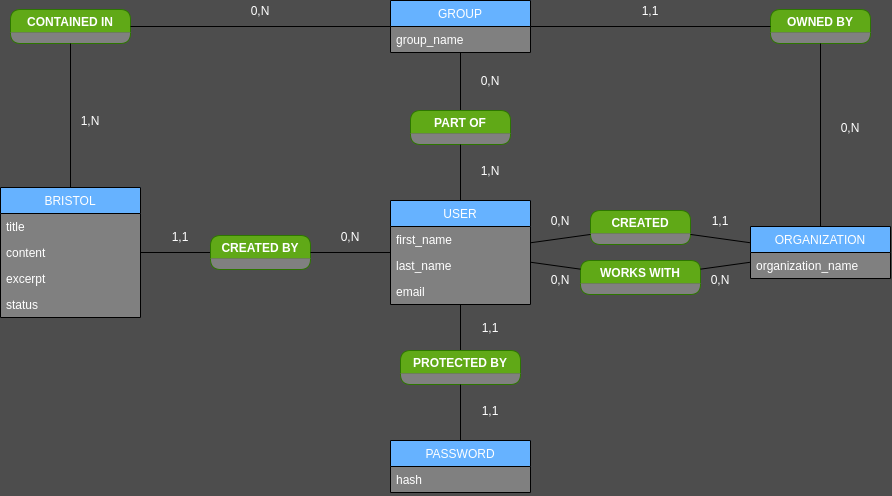
Above: MCD/mcd.png in moymat/bristolbe (draw.io), before the change. Source tidied: cells renumbered, new cells last; positions are measured from the earlier drawing's top-left corner, leaving out a move shared by most shapes.
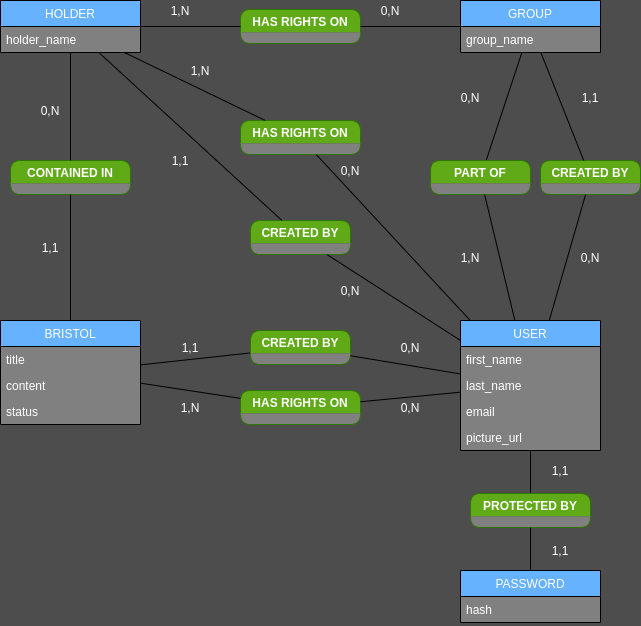
The same file after the commit.

Diff of the diagram source:
```diff
@@ -3,7 +3,7 @@
     <mxCell id="0" />
     <mxCell id="1" parent="0" />
     <mxCell id="2" value="BRISTOL" style="swimlane;fontStyle=0;horizontal=1;startSize=26;fillColor=#66B2FF;swimlaneFillColor=#808080;fontColor=#FFFFFF;" parent="1" vertex="1">
-      <mxGeometry y="187" width="140" height="130" as="geometry" />
+      <mxGeometry y="200" width="140" height="104" as="geometry" />
     </mxCell>
     <mxCell id="3" value="title" style="text;strokeColor=none;fillColor=none;align=left;verticalAlign=top;spacingLeft=4;spacingRight=4;overflow=hidden;fontColor=#FFFFFF;" parent="2" vertex="1">
       <mxGeometry y="26" width="140" height="26" as="geometry" />
@@ -11,20 +11,17 @@
     <mxCell id="4" value="content" style="text;strokeColor=none;fillColor=none;align=left;verticalAlign=top;spacingLeft=4;spacingRight=4;overflow=hidden;fontColor=#FFFFFF;" parent="2" vertex="1">
       <mxGeometry y="52" width="140" height="26" as="geometry" />
     </mxCell>
-    <mxCell id="5" value="excerpt" style="text;strokeColor=none;fillColor=none;align=left;verticalAlign=top;spacingLeft=4;spacingRight=4;overflow=hidden;fontColor=#FFFFFF;" parent="2" vertex="1">
-      <mxGeometry y="78" width="140" height="26" as="geometry" />
-    </mxCell>
     <mxCell id="6" value="status" style="text;strokeColor=none;fillColor=none;align=left;verticalAlign=top;spacingLeft=4;spacingRight=4;overflow=hidden;fontColor=#FFFFFF;" parent="2" vertex="1">
-      <mxGeometry y="104" width="140" height="26" as="geometry" />
+      <mxGeometry y="78" width="140" height="26" as="geometry" />
     </mxCell>
     <mxCell id="7" value="PASSWORD" style="swimlane;fontStyle=0;horizontal=1;startSize=26;fillColor=#66B2FF;swimlaneFillColor=#808080;fontColor=#FFFFFF;" parent="1" vertex="1">
-      <mxGeometry x="390" y="440" width="140" height="52" as="geometry" />
+      <mxGeometry x="460" y="450" width="140" height="52" as="geometry" />
     </mxCell>
     <mxCell id="8" value="hash" style="text;strokeColor=none;fillColor=none;align=left;verticalAlign=top;spacingLeft=4;spacingRight=4;overflow=hidden;fontColor=#FFFFFF;" parent="7" vertex="1">
       <mxGeometry y="26" width="140" height="26" as="geometry" />
     </mxCell>
     <mxCell id="9" value="USER" style="swimlane;fontStyle=0;horizontal=1;startSize=26;fillColor=#66B2FF;swimlaneFillColor=#808080;fontColor=#FFFFFF;" parent="1" vertex="1">
-      <mxGeometry x="390" y="200" width="140" height="104" as="geometry" />
+      <mxGeometry x="460" y="200" width="140" height="130" as="geometry" />
     </mxCell>
     <mxCell id="10" value="first_name" style="text;strokeColor=none;fillColor=none;align=left;verticalAlign=top;spacingLeft=4;spacingRight=4;overflow=hidden;fontColor=#FFFFFF;" parent="9" vertex="1">
       <mxGeometry y="26" width="140" height="26" as="geometry" />
@@ -35,6 +32,9 @@
     <mxCell id="12" value="email" style="text;strokeColor=none;fillColor=none;align=left;verticalAlign=top;spacingLeft=4;spacingRight=4;overflow=hidden;fontColor=#FFFFFF;" parent="9" vertex="1">
       <mxGeometry y="78" width="140" height="26" as="geometry" />
     </mxCell>
+    <mxCell id="52" value="picture_url" style="text;strokeColor=none;fillColor=none;align=left;verticalAlign=top;spacingLeft=4;spacingRight=4;overflow=hidden;fontColor=#FFFFFF;" parent="9" vertex="1">
+      <mxGeometry y="104" width="140" height="26" as="geometry" />
+    </mxCell>
     <mxCell id="13" style="endArrow=none;html=1;fontColor=#FFFFFF;" parent="1" edge="1" source="27" target="9">
       <mxGeometry relative="1" as="geometry" />
     </mxCell>
@@ -42,7 +42,7 @@
       <mxGeometry relative="1" as="geometry" />
     </mxCell>
     <mxCell id="15" value="GROUP" style="swimlane;fontStyle=0;horizontal=1;startSize=26;fillColor=#66B2FF;swimlaneFillColor=#808080;fontColor=#FFFFFF;" parent="1" vertex="1">
-      <mxGeometry x="390" width="140" height="52" as="geometry" />
+      <mxGeometry x="460" y="-120" width="140" height="52" as="geometry" />
     </mxCell>
     <mxCell id="16" value="group_name" style="text;strokeColor=none;fillColor=none;align=left;verticalAlign=top;spacingLeft=4;spacingRight=4;overflow=hidden;fontColor=#FFFFFF;" parent="15" vertex="1">
       <mxGeometry y="26" width="140" height="26" as="geometry" />
@@ -50,107 +50,137 @@
     <mxCell id="17" style="endArrow=none;html=1;fontColor=#FFFFFF;" parent="1" edge="1" source="22" target="15">
       <mxGeometry relative="1" as="geometry" />
     </mxCell>
-    <mxCell id="18" value="ORGANIZATION" style="swimlane;fontStyle=0;horizontal=1;startSize=26;fillColor=#66B2FF;swimlaneFillColor=#808080;fontColor=#FFFFFF;" parent="1" vertex="1">
-      <mxGeometry x="750" y="226" width="140" height="52" as="geometry" />
-    </mxCell>
-    <mxCell id="19" value="organization_name" style="text;strokeColor=none;fillColor=none;align=left;verticalAlign=top;spacingLeft=4;spacingRight=4;overflow=hidden;fontColor=#FFFFFF;" parent="18" vertex="1">
-      <mxGeometry y="26" width="140" height="26" as="geometry" />
-    </mxCell>
     <mxCell id="20" value="CREATED BY" style="swimlane;fillColor=#60a917;strokeColor=#2D7600;rounded=1;swimlaneLine=0;swimlaneFillColor=#808080;fontColor=#FFFFFF;" parent="1" vertex="1">
-      <mxGeometry x="210" y="235" width="100" height="34" as="geometry" />
+      <mxGeometry x="250" y="210" width="100" height="34" as="geometry" />
     </mxCell>
     <mxCell id="21" style="endArrow=none;html=1;fontColor=#FFFFFF;" parent="1" edge="1" source="9" target="20">
       <mxGeometry relative="1" as="geometry" />
     </mxCell>
     <mxCell id="22" value="PART OF" style="swimlane;fillColor=#60a917;strokeColor=#2D7600;rounded=1;swimlaneLine=0;swimlaneFillColor=#808080;fontColor=#FFFFFF;" parent="1" vertex="1">
-      <mxGeometry x="410" y="110" width="100" height="34" as="geometry" />
+      <mxGeometry x="430" y="40" width="100" height="34" as="geometry" />
     </mxCell>
     <mxCell id="23" style="endArrow=none;html=1;fontColor=#FFFFFF;" parent="1" edge="1" source="22" target="9">
       <mxGeometry relative="1" as="geometry" />
     </mxCell>
-    <mxCell id="24" value="WORKS WITH" style="swimlane;fillColor=#60a917;strokeColor=#2D7600;rounded=1;swimlaneLine=0;swimlaneFillColor=#808080;fontColor=#FFFFFF;" parent="1" vertex="1">
-      <mxGeometry x="580" y="260" width="120" height="34" as="geometry" />
-    </mxCell>
-    <mxCell id="25" style="endArrow=none;html=1;fontColor=#FFFFFF;" parent="1" edge="1" source="24" target="9">
-      <mxGeometry relative="1" as="geometry" />
-    </mxCell>
-    <mxCell id="26" style="endArrow=none;html=1;fontColor=#FFFFFF;" parent="1" edge="1" source="18" target="24">
-      <mxGeometry relative="1" as="geometry" />
-    </mxCell>
     <mxCell id="27" value="PROTECTED BY" style="swimlane;fillColor=#60a917;strokeColor=#2D7600;rounded=1;swimlaneLine=0;swimlaneFillColor=#808080;fontColor=#FFFFFF;" parent="1" vertex="1">
-      <mxGeometry x="400" y="350" width="120" height="34" as="geometry" />
+      <mxGeometry x="470" y="373" width="120" height="34" as="geometry" />
     </mxCell>
     <mxCell id="28" style="endArrow=none;html=1;fontColor=#FFFFFF;" parent="1" edge="1" source="27" target="7">
       <mxGeometry relative="1" as="geometry" />
     </mxCell>
     <mxCell id="29" value="CONTAINED IN" style="swimlane;fillColor=#60a917;strokeColor=#2D7600;rounded=1;swimlaneLine=0;swimlaneFillColor=#808080;fontColor=#FFFFFF;" parent="1" vertex="1">
-      <mxGeometry x="10" y="9" width="120" height="34" as="geometry" />
+      <mxGeometry x="10" y="40" width="120" height="34" as="geometry" />
     </mxCell>
     <mxCell id="30" style="endArrow=none;html=1;fontColor=#FFFFFF;" parent="1" edge="1" source="29" target="2">
       <mxGeometry relative="1" as="geometry" />
     </mxCell>
-    <mxCell id="31" style="endArrow=none;html=1;fontColor=#FFFFFF;" parent="1" edge="1" source="15" target="29">
+    <mxCell id="31" style="endArrow=none;html=1;fontColor=#FFFFFF;" parent="1" edge="1" source="53" target="29">
       <mxGeometry relative="1" as="geometry" />
     </mxCell>
-    <mxCell id="32" value="OWNED BY" style="swimlane;fillColor=#60a917;strokeColor=#2D7600;rounded=1;swimlaneLine=0;swimlaneFillColor=#808080;fontColor=#FFFFFF;" parent="1" vertex="1">
-      <mxGeometry x="770" y="9" width="100" height="34" as="geometry" />
-    </mxCell>
-    <mxCell id="33" style="endArrow=none;html=1;fontColor=#FFFFFF;" parent="1" edge="1" source="32" target="15">
-      <mxGeometry relative="1" as="geometry" />
-    </mxCell>
-    <mxCell id="34" style="endArrow=none;html=1;fontColor=#FFFFFF;" parent="1" edge="1" source="18" target="32">
-      <mxGeometry relative="1" as="geometry" />
-    </mxCell>
-    <mxCell id="35" value="CREATED" style="swimlane;fillColor=#60a917;strokeColor=#2D7600;rounded=1;swimlaneLine=0;swimlaneFillColor=#808080;fontColor=#FFFFFF;" parent="1" vertex="1">
-      <mxGeometry x="590" y="210" width="100" height="34" as="geometry" />
+    <mxCell id="35" value="CREATED BY" style="swimlane;fillColor=#60a917;strokeColor=#2D7600;rounded=1;swimlaneLine=0;swimlaneFillColor=#808080;fontColor=#FFFFFF;" parent="1" vertex="1">
+      <mxGeometry x="540" y="40" width="100" height="34" as="geometry" />
     </mxCell>
-    <mxCell id="36" style="endArrow=none;html=1;fontColor=#FFFFFF;" parent="1" edge="1" source="18" target="35">
+    <mxCell id="36" style="endArrow=none;html=1;fontColor=#FFFFFF;" parent="1" edge="1" source="15" target="35">
       <mxGeometry relative="1" as="geometry" />
     </mxCell>
     <mxCell id="37" style="endArrow=none;html=1;fontColor=#FFFFFF;" parent="1" edge="1" source="9" target="35">
       <mxGeometry relative="1" as="geometry" />
     </mxCell>
     <mxCell id="38" value="0,N" style="text;html=1;strokeColor=none;fillColor=none;align=center;verticalAlign=middle;whiteSpace=wrap;rounded=0;fontColor=#FFFFFF;" parent="1" vertex="1">
-      <mxGeometry x="330" y="226" width="40" height="20" as="geometry" />
+      <mxGeometry x="390" y="217" width="40" height="20" as="geometry" />
     </mxCell>
     <mxCell id="39" value="1,1" style="text;html=1;strokeColor=none;fillColor=none;align=center;verticalAlign=middle;whiteSpace=wrap;rounded=0;fontColor=#FFFFFF;" parent="1" vertex="1">
-      <mxGeometry x="160" y="226" width="40" height="20" as="geometry" />
+      <mxGeometry x="170" y="217" width="40" height="20" as="geometry" />
     </mxCell>
-    <mxCell id="40" value="1,N" style="text;html=1;strokeColor=none;fillColor=none;align=center;verticalAlign=middle;whiteSpace=wrap;rounded=0;fontColor=#FFFFFF;" parent="1" vertex="1">
-      <mxGeometry x="70" y="110" width="40" height="20" as="geometry" />
+    <mxCell id="40" value="1,1" style="text;html=1;strokeColor=none;fillColor=none;align=center;verticalAlign=middle;whiteSpace=wrap;rounded=0;fontColor=#FFFFFF;" parent="1" vertex="1">
+      <mxGeometry x="30" y="117" width="40" height="20" as="geometry" />
     </mxCell>
     <mxCell id="41" value="0,N" style="text;html=1;strokeColor=none;fillColor=none;align=center;verticalAlign=middle;whiteSpace=wrap;rounded=0;fontColor=#FFFFFF;" parent="1" vertex="1">
-      <mxGeometry x="240" width="40" height="20" as="geometry" />
+      <mxGeometry x="30" y="-20" width="40" height="20" as="geometry" />
     </mxCell>
-    <mxCell id="42" value="1,1" style="text;html=1;strokeColor=none;fillColor=none;align=center;verticalAlign=middle;whiteSpace=wrap;rounded=0;fontColor=#FFFFFF;" parent="1" vertex="1">
-      <mxGeometry x="630" width="40" height="20" as="geometry" />
-    </mxCell>
-    <mxCell id="43" value="0,N" style="text;html=1;strokeColor=none;fillColor=none;align=center;verticalAlign=middle;whiteSpace=wrap;rounded=0;fontColor=#FFFFFF;" parent="1" vertex="1">
-      <mxGeometry x="830" y="117" width="40" height="20" as="geometry" />
-    </mxCell>
     <mxCell id="44" value="0,N" style="text;html=1;strokeColor=none;fillColor=none;align=center;verticalAlign=middle;whiteSpace=wrap;rounded=0;fontColor=#FFFFFF;" parent="1" vertex="1">
-      <mxGeometry x="470" y="70" width="40" height="20" as="geometry" />
+      <mxGeometry x="450" y="-33" width="40" height="20" as="geometry" />
     </mxCell>
     <mxCell id="45" value="1,N" style="text;html=1;strokeColor=none;fillColor=none;align=center;verticalAlign=middle;whiteSpace=wrap;rounded=0;fontColor=#FFFFFF;" parent="1" vertex="1">
-      <mxGeometry x="470" y="160" width="40" height="20" as="geometry" />
+      <mxGeometry x="450" y="127" width="40" height="20" as="geometry" />
     </mxCell>
     <mxCell id="46" value="1,1" style="text;html=1;strokeColor=none;fillColor=none;align=center;verticalAlign=middle;whiteSpace=wrap;rounded=0;fontColor=#FFFFFF;" parent="1" vertex="1">
-      <mxGeometry x="700" y="210" width="40" height="20" as="geometry" />
+      <mxGeometry x="570" y="-33" width="40" height="20" as="geometry" />
     </mxCell>
     <mxCell id="47" value="0,N" style="text;html=1;strokeColor=none;fillColor=none;align=center;verticalAlign=middle;whiteSpace=wrap;rounded=0;fontColor=#FFFFFF;" parent="1" vertex="1">
-      <mxGeometry x="540" y="210" width="40" height="20" as="geometry" />
+      <mxGeometry x="570" y="127" width="40" height="20" as="geometry" />
     </mxCell>
-    <mxCell id="48" value="0,N" style="text;html=1;strokeColor=none;fillColor=none;align=center;verticalAlign=middle;whiteSpace=wrap;rounded=0;fontColor=#FFFFFF;" parent="1" vertex="1">
-      <mxGeometry x="540" y="269" width="40" height="20" as="geometry" />
-    </mxCell>
-    <mxCell id="49" value="0,N" style="text;html=1;strokeColor=none;fillColor=none;align=center;verticalAlign=middle;whiteSpace=wrap;rounded=0;fontColor=#FFFFFF;" parent="1" vertex="1">
-      <mxGeometry x="700" y="269" width="40" height="20" as="geometry" />
-    </mxCell>
     <mxCell id="50" value="1,1" style="text;html=1;strokeColor=none;fillColor=none;align=center;verticalAlign=middle;whiteSpace=wrap;rounded=0;fontColor=#FFFFFF;" parent="1" vertex="1">
-      <mxGeometry x="470" y="317" width="40" height="20" as="geometry" />
+      <mxGeometry x="540" y="340" width="40" height="20" as="geometry" />
     </mxCell>
     <mxCell id="51" value="1,1" style="text;html=1;strokeColor=none;fillColor=none;align=center;verticalAlign=middle;whiteSpace=wrap;rounded=0;fontColor=#FFFFFF;" parent="1" vertex="1">
-      <mxGeometry x="470" y="400" width="40" height="20" as="geometry" />
+      <mxGeometry x="540" y="420" width="40" height="20" as="geometry" />
     </mxCell>
+    <mxCell id="53" value="HOLDER" style="swimlane;fontStyle=0;horizontal=1;startSize=26;fillColor=#66B2FF;swimlaneFillColor=#808080;fontColor=#FFFFFF;" parent="1" vertex="1">
+      <mxGeometry y="-120" width="140" height="52" as="geometry" />
+    </mxCell>
+    <mxCell id="54" value="holder_name" style="text;strokeColor=none;fillColor=none;align=left;verticalAlign=top;spacingLeft=4;spacingRight=4;overflow=hidden;fontColor=#FFFFFF;" parent="53" vertex="1">
+      <mxGeometry y="26" width="140" height="26" as="geometry" />
+    </mxCell>
+    <mxCell id="55" value="HAS RIGHTS ON" style="swimlane;fillColor=#60a917;strokeColor=#2D7600;rounded=1;swimlaneLine=0;swimlaneFillColor=#808080;fontColor=#FFFFFF;" parent="1" vertex="1">
+      <mxGeometry x="240" width="120" height="34" as="geometry" />
+    </mxCell>
+    <mxCell id="56" value="HAS RIGHTS ON" style="swimlane;fillColor=#60a917;strokeColor=#2D7600;rounded=1;swimlaneLine=0;swimlaneFillColor=#808080;fontColor=#FFFFFF;" parent="1" vertex="1">
+      <mxGeometry x="240" y="-111" width="120" height="34" as="geometry" />
+    </mxCell>
+    <mxCell id="57" value="CREATED BY" style="swimlane;fillColor=#60a917;strokeColor=#2D7600;rounded=1;swimlaneLine=0;swimlaneFillColor=#808080;fontColor=#FFFFFF;" parent="1" vertex="1">
+      <mxGeometry x="250" y="100" width="100" height="34" as="geometry" />
+    </mxCell>
+    <mxCell id="58" style="endArrow=none;html=1;fontColor=#FFFFFF;" parent="1" edge="1" source="9" target="57">
+      <mxGeometry relative="1" as="geometry" />
+    </mxCell>
+    <mxCell id="59" style="endArrow=none;html=1;fontColor=#FFFFFF;" parent="1" edge="1" source="9" target="55">
+      <mxGeometry relative="1" as="geometry" />
+    </mxCell>
+    <mxCell id="60" style="endArrow=none;html=1;fontColor=#FFFFFF;" parent="1" edge="1" source="55" target="53">
+      <mxGeometry relative="1" as="geometry" />
+    </mxCell>
+    <mxCell id="61" style="endArrow=none;html=1;fontColor=#FFFFFF;" parent="1" edge="1" source="56" target="53">
+      <mxGeometry relative="1" as="geometry" />
+    </mxCell>
+    <mxCell id="62" style="endArrow=none;html=1;fontColor=#FFFFFF;" parent="1" edge="1" source="15" target="56">
+      <mxGeometry relative="1" as="geometry" />
+    </mxCell>
+    <mxCell id="63" style="endArrow=none;html=1;fontColor=#FFFFFF;" parent="1" edge="1" source="57" target="53">
+      <mxGeometry relative="1" as="geometry" />
+    </mxCell>
+    <mxCell id="42" value="1,1" style="text;html=1;strokeColor=none;fillColor=none;align=center;verticalAlign=middle;whiteSpace=wrap;rounded=0;fontColor=#FFFFFF;" parent="1" vertex="1">
+      <mxGeometry x="160" y="30" width="40" height="20" as="geometry" />
+    </mxCell>
+    <mxCell id="64" value="1,N" style="text;html=1;strokeColor=none;fillColor=none;align=center;verticalAlign=middle;whiteSpace=wrap;rounded=0;fontColor=#FFFFFF;" parent="1" vertex="1">
+      <mxGeometry x="180" y="-60" width="40" height="20" as="geometry" />
+    </mxCell>
+    <mxCell id="65" value="0,N" style="text;html=1;strokeColor=none;fillColor=none;align=center;verticalAlign=middle;whiteSpace=wrap;rounded=0;fontColor=#FFFFFF;" parent="1" vertex="1">
+      <mxGeometry x="330" y="40" width="40" height="20" as="geometry" />
+    </mxCell>
+    <mxCell id="66" value="0,N" style="text;html=1;strokeColor=none;fillColor=none;align=center;verticalAlign=middle;whiteSpace=wrap;rounded=0;fontColor=#FFFFFF;" parent="1" vertex="1">
+      <mxGeometry x="330" y="160" width="40" height="20" as="geometry" />
+    </mxCell>
+    <mxCell id="67" value="1,N" style="text;html=1;strokeColor=none;fillColor=none;align=center;verticalAlign=middle;whiteSpace=wrap;rounded=0;fontColor=#FFFFFF;" parent="1" vertex="1">
+      <mxGeometry x="160" y="-120" width="40" height="20" as="geometry" />
+    </mxCell>
+    <mxCell id="68" value="0,N" style="text;html=1;strokeColor=none;fillColor=none;align=center;verticalAlign=middle;whiteSpace=wrap;rounded=0;fontColor=#FFFFFF;" parent="1" vertex="1">
+      <mxGeometry x="370" y="-120" width="40" height="20" as="geometry" />
+    </mxCell>
+    <mxCell id="69" value="HAS RIGHTS ON" style="swimlane;fillColor=#60a917;strokeColor=#2D7600;rounded=1;swimlaneLine=0;swimlaneFillColor=#808080;fontColor=#FFFFFF;" parent="1" vertex="1">
+      <mxGeometry x="240" y="270" width="120" height="34" as="geometry" />
+    </mxCell>
+    <mxCell id="70" style="endArrow=none;html=1;fontColor=#FFFFFF;" parent="1" edge="1" source="69" target="2">
+      <mxGeometry relative="1" as="geometry" />
+    </mxCell>
+    <mxCell id="71" style="endArrow=none;html=1;fontColor=#FFFFFF;" parent="1" edge="1" source="9" target="69">
+      <mxGeometry relative="1" as="geometry" />
+    </mxCell>
+    <mxCell id="72" value="0,N" style="text;html=1;strokeColor=none;fillColor=none;align=center;verticalAlign=middle;whiteSpace=wrap;rounded=0;fontColor=#FFFFFF;" parent="1" vertex="1">
+      <mxGeometry x="390" y="277" width="40" height="20" as="geometry" />
+    </mxCell>
+    <mxCell id="73" value="1,N" style="text;html=1;strokeColor=none;fillColor=none;align=center;verticalAlign=middle;whiteSpace=wrap;rounded=0;fontColor=#FFFFFF;" parent="1" vertex="1">
+      <mxGeometry x="170" y="277" width="40" height="20" as="geometry" />
+    </mxCell>
   </root>
 </mxGraphModel>
```
